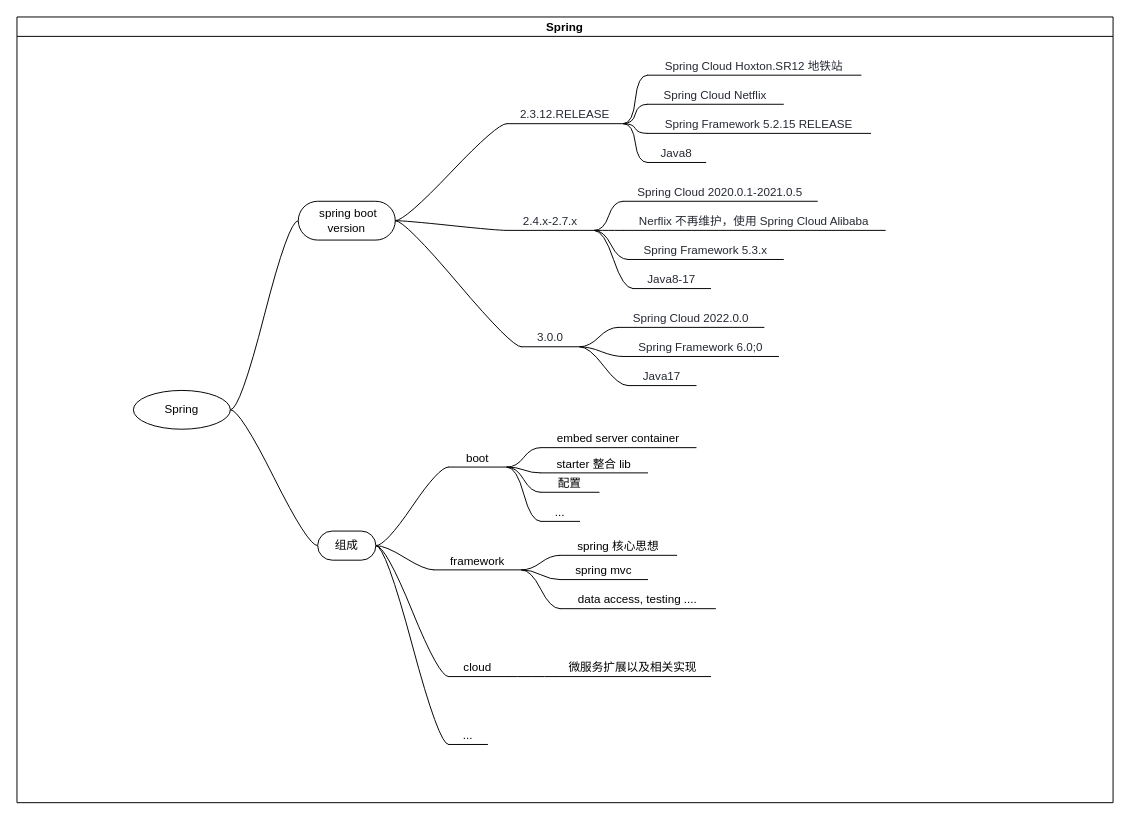
Before: page "Spring" (2 of 3) of be-framework/micro-service.drawio in NiLinli/learn-web, a draw.io diagram. Source tidied: cells renumbered, new cells numbered last; positions are measured from the earlier drawing's top-left corner, leaving out a move shared by most shapes. Both pictures are drawn from the tidied source at 97%, with x=0, y=0 at pixel (16, 16).
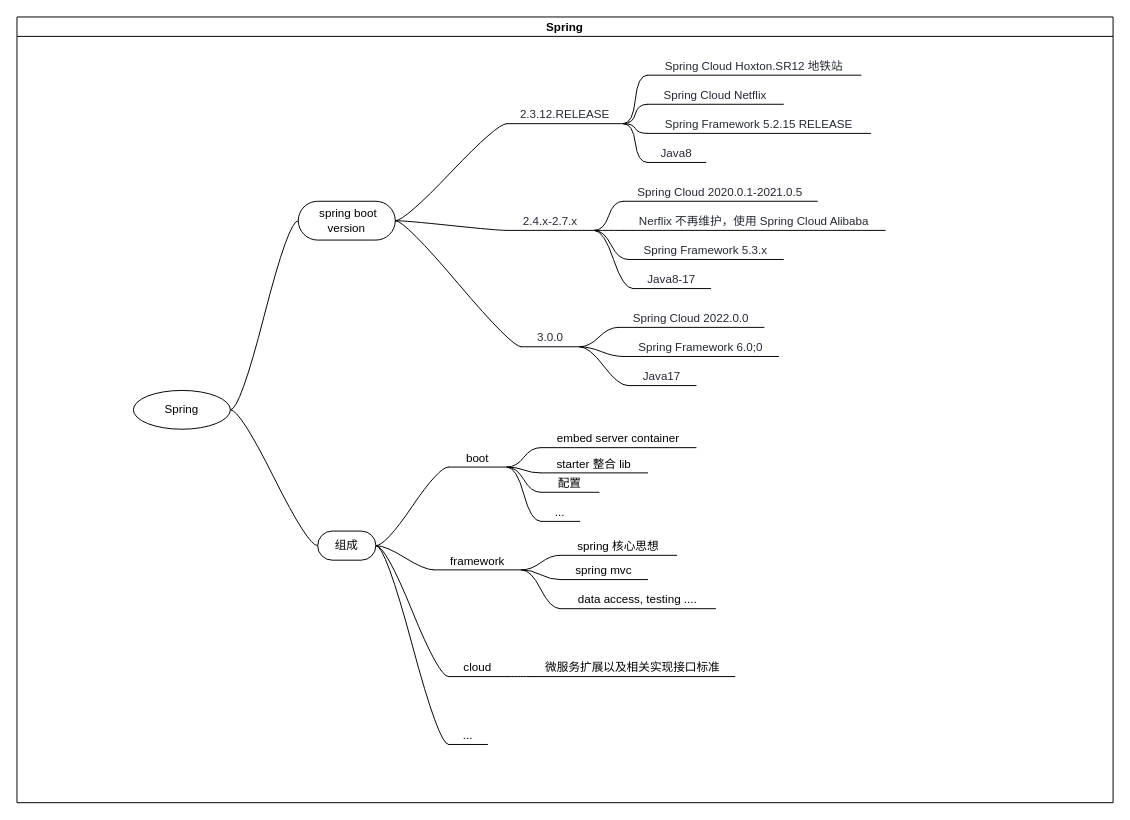
The same page after the edit.

The change refers to these unchanged cells:
```xml
<mxCell id="2" value="Spring" style="swimlane;startSize=20;horizontal=1;containerType=tree;" parent="1" vertex="1">
  <mxGeometry width="1130" height="810" as="geometry" />
</mxCell>
```

Diff of the diagram source:
```diff
@@
-    <mxCell id="57" value="微服务扩展以及相关实现" style="whiteSpace=wrap;html=1;shape=partialRectangle;top=0;left=0;bottom=1;right=0;points=[[0,1],[1,1]];fillColor=none;align=center;verticalAlign=bottom;routingCenterY=0.5;snapToPoint=1;newEdgeStyle={&quot;edgeStyle&quot;:&quot;entityRelationEdgeStyle&quot;,&quot;startArrow&quot;:&quot;none&quot;,&quot;endArrow&quot;:&quot;none&quot;,&quot;segment&quot;:10,&quot;curved&quot;:1};" parent="2" vertex="1">
-      <mxGeometry x="555" y="660" width="160" height="20" as="geometry" />
+    <mxCell id="57" value="微服务扩展以及相关实现接口标准" style="whiteSpace=wrap;html=1;shape=partialRectangle;top=0;left=0;bottom=1;right=0;points=[[0,1],[1,1]];fillColor=none;align=center;verticalAlign=bottom;routingCenterY=0.5;snapToPoint=1;newEdgeStyle={&quot;edgeStyle&quot;:&quot;entityRelationEdgeStyle&quot;,&quot;startArrow&quot;:&quot;none&quot;,&quot;endArrow&quot;:&quot;none&quot;,&quot;segment&quot;:10,&quot;curved&quot;:1};" parent="2" vertex="1">
+      <mxGeometry x="530" y="660" width="210" height="20" as="geometry" />
     </mxCell>
```
